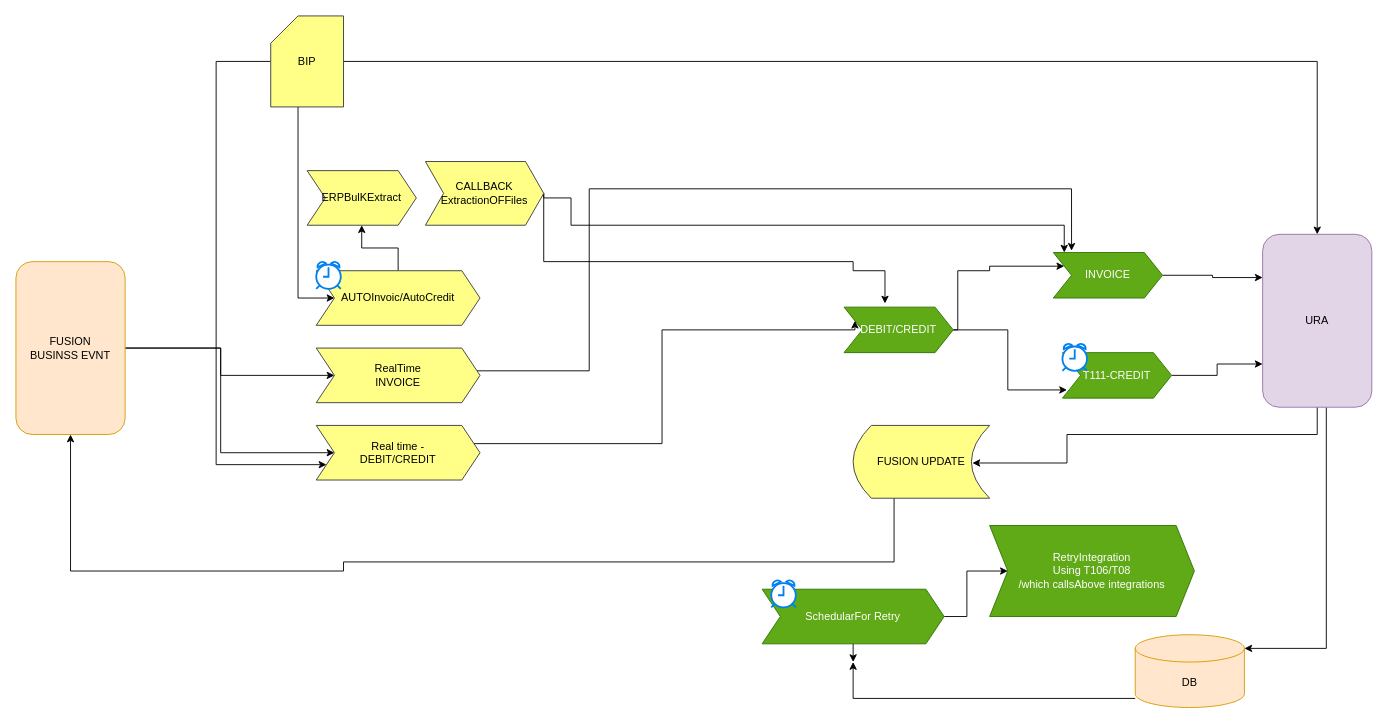
The draw.io diagram Untitled Diagram.drawio in anantwag19/Workspace, before the edit. Source tidied: cells renumbered, new cells numbered last; positions are measured from the earlier drawing's top-left corner, leaving out a move shared by most shapes. Both pictures are drawn from the tidied source at 91%, with x=0, y=0 at pixel (15, 15).
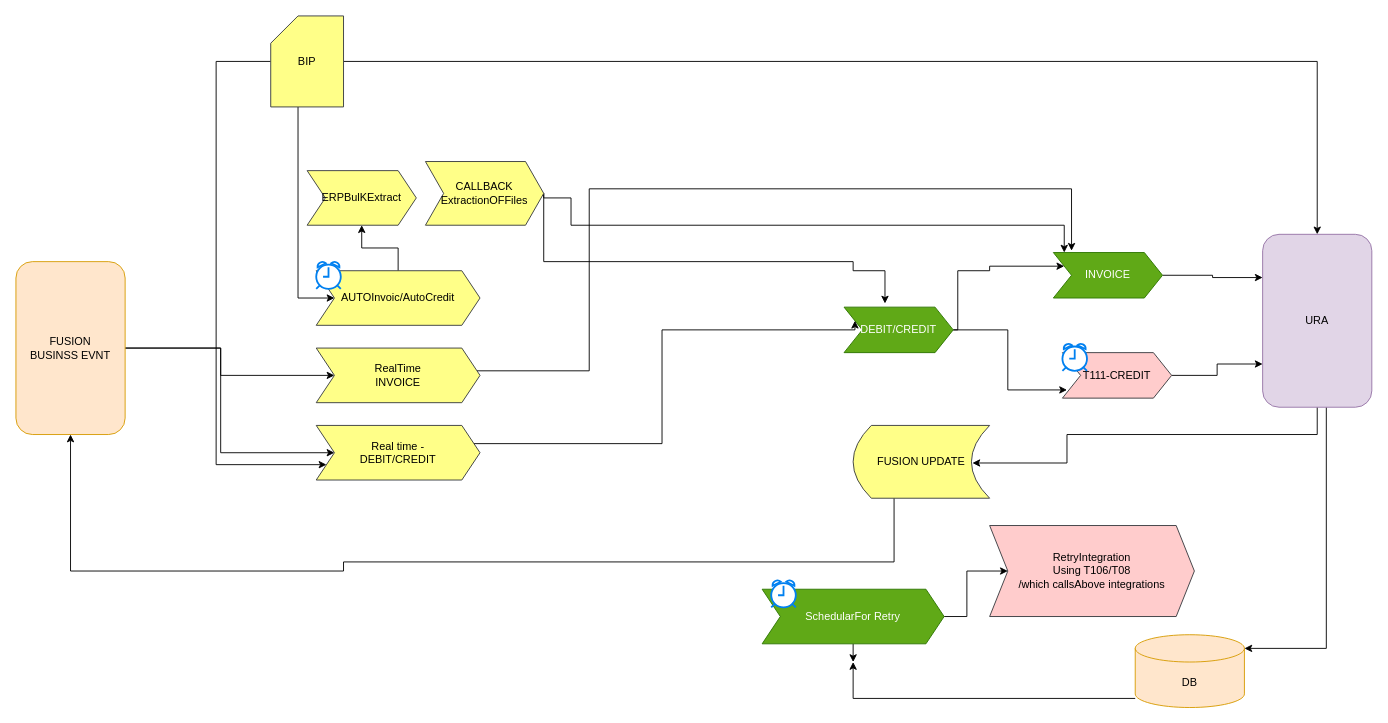
The same page after the edit.

The edit, as a diff of the source:
```diff
@@
-    <mxCell id="20" value="T111-CREDIT" style="shape=step;perimeter=stepPerimeter;whiteSpace=wrap;html=1;fixedSize=1;fillColor=#60a917;fontColor=#ffffff;strokeColor=#2D7600;" parent="1" vertex="1">
+    <mxCell id="20" value="T111-CREDIT" style="shape=step;perimeter=stepPerimeter;whiteSpace=wrap;html=1;fixedSize=1;fillColor=#ffcccc;strokeColor=#36393d;" parent="1" vertex="1">
       <mxGeometry x="1150" y="370" width="120" height="50" as="geometry" />
     </mxCell>
@@
-    <mxCell id="26" value="&lt;div&gt;RetryIntegration &lt;br&gt;&lt;/div&gt;&lt;div&gt;Using T106/T08&lt;/div&gt;&lt;div&gt;/which callsAbove integrations &lt;/div&gt;" style="shape=step;perimeter=stepPerimeter;whiteSpace=wrap;html=1;fixedSize=1;fillColor=#60a917;fontColor=#ffffff;strokeColor=#2D7600;" parent="1" vertex="1">
+    <mxCell id="26" value="&lt;div&gt;RetryIntegration &lt;br&gt;&lt;/div&gt;&lt;div&gt;Using T106/T08&lt;/div&gt;&lt;div&gt;/which callsAbove integrations &lt;/div&gt;" style="shape=step;perimeter=stepPerimeter;whiteSpace=wrap;html=1;fixedSize=1;fillColor=#ffcccc;strokeColor=#36393d;" parent="1" vertex="1">
       <mxGeometry x="1070" y="560" width="225" height="100" as="geometry" />
     </mxCell>
```
